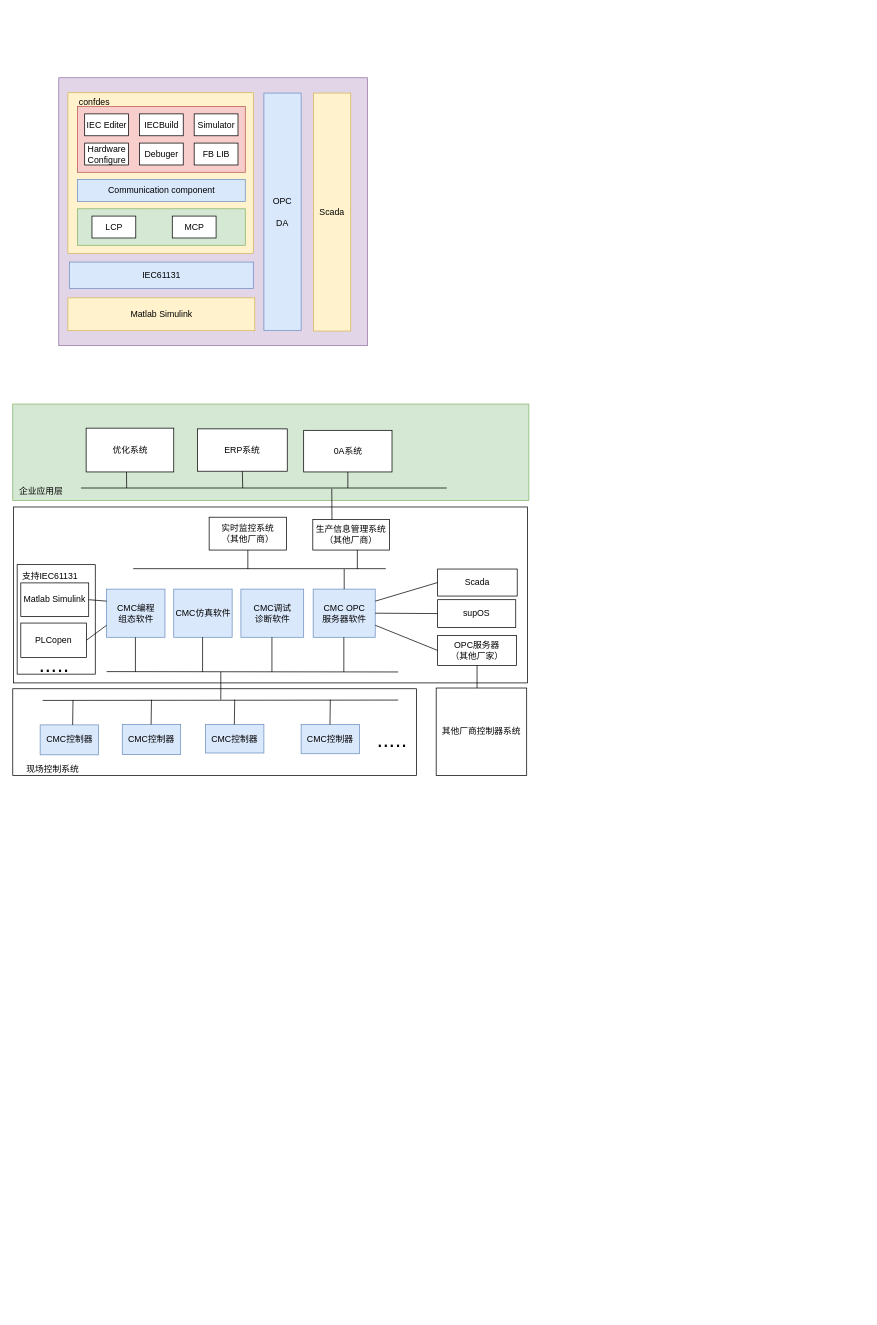
Earlier version of the draw.io diagram CMC_SOFT_FRAME.drawio (nathanningbo/general_ztf). Source tidied: cells renumbered, new cells numbered last; positions are measured from the earlier drawing's top-left corner, leaving out a move shared by most shapes. Both pictures are drawn from the tidied source at 73%, with x=0, y=0 at pixel (12, 77).
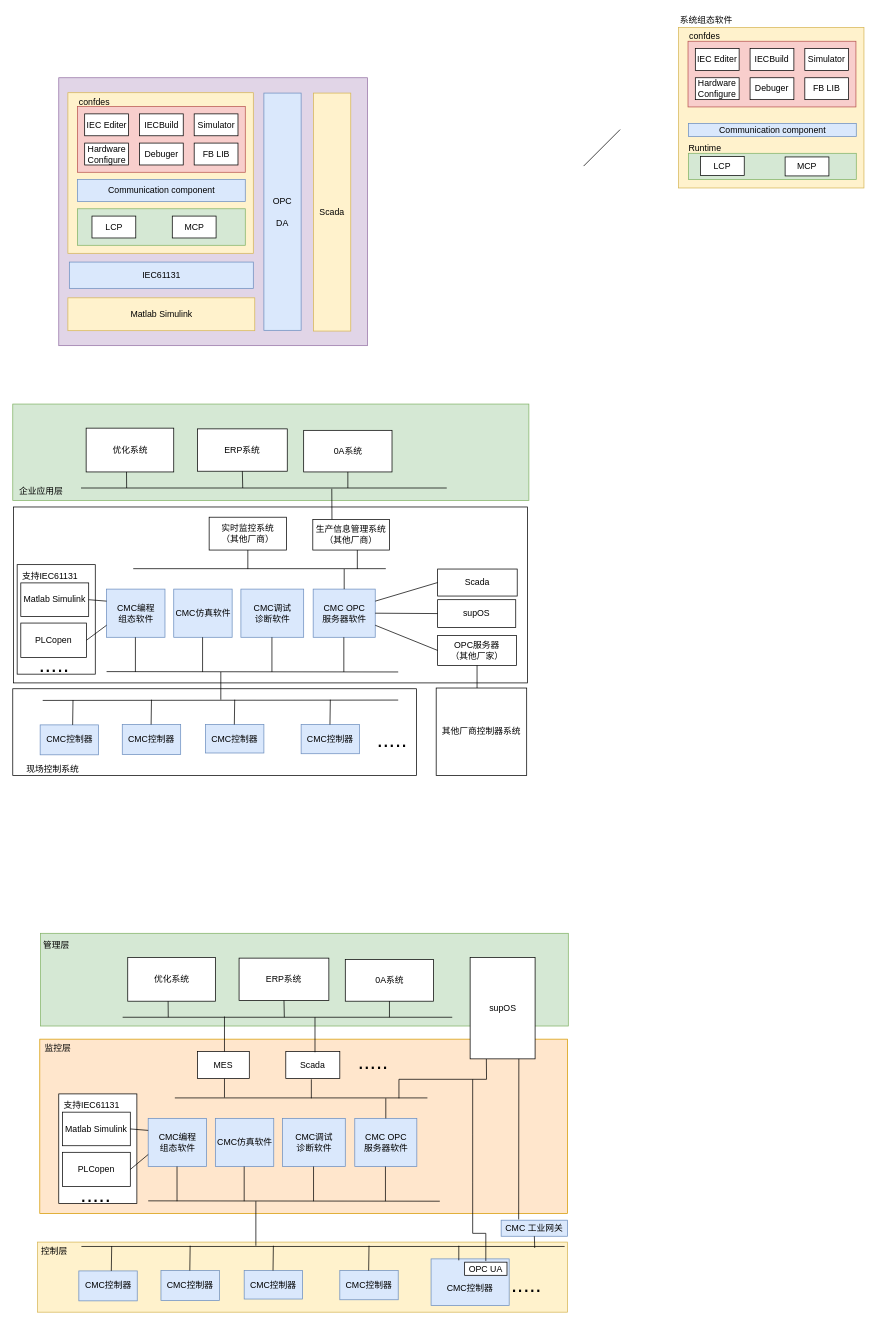
After the change.

Change to the diagram source:
```diff
@@
+    <mxCell id="74" style="rounded=0;whiteSpace=wrap;html=1;fillColor=#ffe6cc;strokeColor=#d79b00;" parent="1" vertex="1">
+      <mxGeometry x="37" y="1317" width="723" height="239" as="geometry" />
+    </mxCell>
+    <mxCell id="75" style="rounded=0;whiteSpace=wrap;html=1;" parent="1" vertex="1">
+      <mxGeometry x="63" y="1392" width="107" height="150" as="geometry" />
+    </mxCell>
+    <mxCell id="76" style="rounded=0;whiteSpace=wrap;html=1;fillColor=#d5e8d4;strokeColor=#82b366;" parent="1" vertex="1">
+      <mxGeometry x="38" y="1172" width="723" height="127" as="geometry" />
+    </mxCell>
+    <mxCell id="77" style="rounded=0;whiteSpace=wrap;html=1;fillColor=#fff2cc;strokeColor=#d6b656;" parent="1" vertex="1">
+      <mxGeometry x="34" y="1595" width="726" height="96" as="geometry" />
+    </mxCell>
+    <mxCell id="78" value="&lt;div&gt;CMC编程&lt;/div&gt;&lt;div&gt;组态软件&lt;/div&gt;" style="rounded=0;whiteSpace=wrap;html=1;fillColor=#dae8fc;strokeColor=#6c8ebf;" parent="1" vertex="1">
+      <mxGeometry x="185.5" y="1425.5" width="80" height="66" as="geometry" />
+    </mxCell>
+    <mxCell id="79" value="CMC仿真软件" style="rounded=0;whiteSpace=wrap;html=1;fillColor=#dae8fc;strokeColor=#6c8ebf;" parent="1" vertex="1">
+      <mxGeometry x="277.5" y="1425.5" width="80" height="66" as="geometry" />
+    </mxCell>
+    <mxCell id="80" value="&lt;div&gt;CMC OPC&lt;/div&gt;&lt;div&gt;服务器软件&lt;br&gt;&lt;/div&gt;" style="rounded=0;whiteSpace=wrap;html=1;fillColor=#dae8fc;strokeColor=#6c8ebf;" parent="1" vertex="1">
+      <mxGeometry x="468.5" y="1425.5" width="85" height="66" as="geometry" />
+    </mxCell>
+    <mxCell id="81" value="&lt;div&gt;CMC调试&lt;/div&gt;&lt;div&gt;诊断软件&lt;/div&gt;" style="rounded=0;whiteSpace=wrap;html=1;fillColor=#dae8fc;strokeColor=#6c8ebf;" parent="1" vertex="1">
+      <mxGeometry x="369.5" y="1425.5" width="86" height="66" as="geometry" />
+    </mxCell>
+    <mxCell id="82" style="endArrow=none;html=1;" parent="1" edge="1">
+      <mxGeometry relative="1" as="geometry">
+        <mxPoint x="222" y="1397.5" as="sourcePoint" />
+        <mxPoint x="568" y="1397.5" as="targetPoint" />
+      </mxGeometry>
+    </mxCell>
+    <mxCell id="83" style="endArrow=none;html=1;exitX=0.5;exitY=0;exitDx=0;exitDy=0;" parent="1" edge="1" source="80">
+      <mxGeometry relative="1" as="geometry">
+        <mxPoint x="511" y="1398" as="targetPoint" />
+      </mxGeometry>
+    </mxCell>
+    <mxCell id="84" style="endArrow=none;html=1;entryX=0.5;entryY=1;entryDx=0;entryDy=0;" parent="1" edge="1">
+      <mxGeometry relative="1" as="geometry">
+        <mxPoint x="409" y="1398" as="sourcePoint" />
+        <mxPoint x="409" y="1372" as="targetPoint" />
+      </mxGeometry>
+    </mxCell>
+    <mxCell id="85" style="endArrow=none;html=1;entryX=0.25;entryY=1;entryDx=0;entryDy=0;rounded=0;" parent="1" edge="1" target="92">
+      <mxGeometry relative="1" as="geometry">
+        <mxPoint x="529" y="1398" as="sourcePoint" />
+        <Array as="points">
+          <mxPoint x="529" y="1372" />
+          <mxPoint x="649" y="1372" />
+        </Array>
+      </mxGeometry>
+    </mxCell>
+    <mxCell id="86" value="Scada" style="rounded=0;whiteSpace=wrap;html=1;" parent="1" vertex="1">
+      <mxGeometry x="374" y="1334" width="74" height="37" as="geometry" />
+    </mxCell>
+    <mxCell id="87" style="endArrow=none;html=1;" parent="1" edge="1">
+      <mxGeometry relative="1" as="geometry">
+        <mxPoint x="185.5" y="1538.5" as="sourcePoint" />
+        <mxPoint x="585" y="1539" as="targetPoint" />
+      </mxGeometry>
+    </mxCell>
+    <mxCell id="88" style="endArrow=none;html=1;exitX=0.5;exitY=0;exitDx=0;exitDy=0;" parent="1" edge="1">
+      <mxGeometry relative="1" as="geometry">
+        <mxPoint x="225" y="1539" as="sourcePoint" />
+        <mxPoint x="225" y="1491.5" as="targetPoint" />
+      </mxGeometry>
+    </mxCell>
+    <mxCell id="89" style="endArrow=none;html=1;exitX=0.5;exitY=0;exitDx=0;exitDy=0;" parent="1" edge="1">
+      <mxGeometry relative="1" as="geometry">
+        <mxPoint x="317" y="1539" as="sourcePoint" />
+        <mxPoint x="317" y="1491.5" as="targetPoint" />
+      </mxGeometry>
+    </mxCell>
+    <mxCell id="90" style="endArrow=none;html=1;exitX=0.5;exitY=0;exitDx=0;exitDy=0;" parent="1" edge="1">
+      <mxGeometry relative="1" as="geometry">
+        <mxPoint x="412" y="1539" as="sourcePoint" />
+        <mxPoint x="412" y="1491.5" as="targetPoint" />
+      </mxGeometry>
+    </mxCell>
+    <mxCell id="91" style="endArrow=none;html=1;exitX=0.5;exitY=0;exitDx=0;exitDy=0;" parent="1" edge="1">
+      <mxGeometry relative="1" as="geometry">
+        <mxPoint x="510.5" y="1539" as="sourcePoint" />
+        <mxPoint x="510.5" y="1491.5" as="targetPoint" />
+      </mxGeometry>
+    </mxCell>
+    <mxCell id="92" value="supOS" style="rounded=0;whiteSpace=wrap;html=1;" parent="1" vertex="1">
+      <mxGeometry x="626.5" y="1205" width="89" height="139" as="geometry" />
+    </mxCell>
+    <mxCell id="93" value="CMC控制器" style="rounded=0;whiteSpace=wrap;html=1;fillColor=#dae8fc;strokeColor=#6c8ebf;" parent="1" vertex="1">
+      <mxGeometry x="203" y="1634" width="80" height="41" as="geometry" />
+    </mxCell>
+    <mxCell id="94" value="CMC控制器" style="rounded=0;whiteSpace=wrap;html=1;fillColor=#dae8fc;strokeColor=#6c8ebf;" parent="1" vertex="1">
+      <mxGeometry x="317" y="1634" width="80" height="39" as="geometry" />
+    </mxCell>
+    <mxCell id="95" value="CMC控制器" style="rounded=0;whiteSpace=wrap;html=1;fillColor=#dae8fc;strokeColor=#6c8ebf;" parent="1" vertex="1">
+      <mxGeometry x="448" y="1634" width="80" height="40" as="geometry" />
+    </mxCell>
+    <mxCell id="96" style="endArrow=none;html=1;" parent="1" edge="1">
+      <mxGeometry relative="1" as="geometry">
+        <mxPoint x="94" y="1601" as="sourcePoint" />
+        <mxPoint x="756" y="1601" as="targetPoint" />
+      </mxGeometry>
+    </mxCell>
+    <mxCell id="97" style="endArrow=none;html=1;exitX=0.5;exitY=0;exitDx=0;exitDy=0;" parent="1" edge="1">
+      <mxGeometry relative="1" as="geometry">
+        <mxPoint x="242.5" y="1634" as="sourcePoint" />
+        <mxPoint x="243" y="1600" as="targetPoint" />
+      </mxGeometry>
+    </mxCell>
+    <mxCell id="98" style="endArrow=none;html=1;exitX=0.5;exitY=0;exitDx=0;exitDy=0;" parent="1" edge="1">
+      <mxGeometry relative="1" as="geometry">
+        <mxPoint x="356.5" y="1634" as="sourcePoint" />
+        <mxPoint x="357" y="1600" as="targetPoint" />
+      </mxGeometry>
+    </mxCell>
+    <mxCell id="99" style="endArrow=none;html=1;exitX=0.5;exitY=0;exitDx=0;exitDy=0;" parent="1" edge="1">
+      <mxGeometry relative="1" as="geometry">
+        <mxPoint x="487.5" y="1634" as="sourcePoint" />
+        <mxPoint x="488" y="1600" as="targetPoint" />
+      </mxGeometry>
+    </mxCell>
+    <mxCell id="100" value="&lt;font style=&quot;font-size: 30px&quot;&gt;.....&lt;/font&gt;" style="text;html=1;align=left;verticalAlign=top;spacingTop=-4;" parent="1" vertex="1">
+      <mxGeometry x="681" y="1632.5" width="52" height="21" as="geometry" />
+    </mxCell>
+    <mxCell id="101" value="控制层" style="text;html=1;align=left;verticalAlign=top;spacingTop=-4;" parent="1" vertex="1">
+      <mxGeometry x="36.5" y="1597.5" width="46" height="14" as="geometry" />
+    </mxCell>
+    <mxCell id="102" value="Matlab Simulink" style="rounded=0;whiteSpace=wrap;html=1;" parent="1" vertex="1">
+      <mxGeometry x="68" y="1417" width="93" height="46" as="geometry" />
+    </mxCell>
+    <mxCell id="103" value="PLCopen" style="rounded=0;whiteSpace=wrap;html=1;" parent="1" vertex="1">
+      <mxGeometry x="68" y="1472" width="93" height="47" as="geometry" />
+    </mxCell>
+    <mxCell id="104" value="CMC控制器" style="rounded=0;whiteSpace=wrap;html=1;fillColor=#dae8fc;strokeColor=#6c8ebf;" parent="1" vertex="1">
+      <mxGeometry x="90.5" y="1634.5" width="80" height="41" as="geometry" />
+    </mxCell>
+    <mxCell id="105" style="endArrow=none;html=1;exitX=0.5;exitY=0;exitDx=0;exitDy=0;" parent="1" edge="1">
+      <mxGeometry relative="1" as="geometry">
+        <mxPoint x="135" y="1634.5" as="sourcePoint" />
+        <mxPoint x="135.5" y="1600.5" as="targetPoint" />
+      </mxGeometry>
+    </mxCell>
+    <mxCell id="106" style="endArrow=none;html=1;entryX=0;entryY=0.25;entryDx=0;entryDy=0;exitX=1;exitY=0.5;exitDx=0;exitDy=0;" parent="1" edge="1" source="102" target="78">
+      <mxGeometry relative="1" as="geometry" />
+    </mxCell>
+    <mxCell id="107" style="endArrow=none;html=1;entryX=0;entryY=0.75;entryDx=0;entryDy=0;exitX=1;exitY=0.5;exitDx=0;exitDy=0;" parent="1" edge="1" source="103" target="78">
+      <mxGeometry relative="1" as="geometry" />
+    </mxCell>
+    <mxCell id="108" value="&lt;font style=&quot;font-size: 30px&quot;&gt;.....&lt;/font&gt;" style="text;html=1;align=left;verticalAlign=top;spacingTop=-4;" parent="1" vertex="1">
+      <mxGeometry x="90.5" y="1508.5" width="52" height="21" as="geometry" />
+    </mxCell>
+    <mxCell id="109" value="0A系统" style="rounded=0;whiteSpace=wrap;html=1;" parent="1" vertex="1">
+      <mxGeometry x="455.5" y="1208" width="121" height="57" as="geometry" />
+    </mxCell>
+    <mxCell id="110" value="ERP系统" style="rounded=0;whiteSpace=wrap;html=1;" parent="1" vertex="1">
+      <mxGeometry x="310" y="1206" width="123" height="58" as="geometry" />
+    </mxCell>
+    <mxCell id="111" value="优化系统" style="rounded=0;whiteSpace=wrap;html=1;" parent="1" vertex="1">
+      <mxGeometry x="157.5" y="1205" width="120" height="60" as="geometry" />
+    </mxCell>
+    <mxCell id="112" style="endArrow=none;html=1;entryX=0.5;entryY=1;entryDx=0;entryDy=0;" parent="1" edge="1" target="110">
+      <mxGeometry relative="1" as="geometry">
+        <mxPoint x="372" y="1287" as="sourcePoint" />
+      </mxGeometry>
+    </mxCell>
+    <mxCell id="113" style="endArrow=none;html=1;" parent="1" edge="1">
+      <mxGeometry relative="1" as="geometry">
+        <mxPoint x="150.5" y="1287" as="sourcePoint" />
+        <mxPoint x="602" y="1287" as="targetPoint" />
+      </mxGeometry>
+    </mxCell>
+    <mxCell id="114" style="endArrow=none;html=1;" parent="1" edge="1" target="109">
+      <mxGeometry relative="1" as="geometry">
+        <mxPoint x="516" y="1287" as="sourcePoint" />
+      </mxGeometry>
+    </mxCell>
+    <mxCell id="115" style="endArrow=none;html=1;" parent="1" edge="1">
+      <mxGeometry relative="1" as="geometry">
+        <mxPoint x="213" y="1287" as="sourcePoint" />
+        <mxPoint x="212.8" y="1265" as="targetPoint" />
+      </mxGeometry>
+    </mxCell>
+    <mxCell id="116" value="管理层" style="text;html=1;align=left;verticalAlign=top;spacingTop=-4;" parent="1" vertex="1">
+      <mxGeometry x="40" y="1178.5" width="46" height="14" as="geometry" />
+    </mxCell>
+    <mxCell id="117" value="支持IEC61131" style="text;html=1;align=left;verticalAlign=top;spacingTop=-4;" parent="1" vertex="1">
+      <mxGeometry x="68" y="1398" width="88" height="14" as="geometry" />
+    </mxCell>
+    <mxCell id="118" value="&lt;font style=&quot;font-size: 30px&quot;&gt;.....&lt;/font&gt;" style="text;html=1;align=left;verticalAlign=top;spacingTop=-4;" parent="1" vertex="1">
+      <mxGeometry x="470.5" y="1327" width="52" height="21" as="geometry" />
+    </mxCell>
+    <mxCell id="119" value="&lt;br&gt;&lt;div&gt;CMC控制器&lt;/div&gt;" style="rounded=0;whiteSpace=wrap;html=1;fillColor=#dae8fc;strokeColor=#6c8ebf;" parent="1" vertex="1">
+      <mxGeometry x="573" y="1618" width="107" height="64" as="geometry" />
+    </mxCell>
+    <mxCell id="120" style="endArrow=none;html=1;" parent="1" edge="1">
+      <mxGeometry relative="1" as="geometry">
+        <mxPoint x="611" y="1620" as="sourcePoint" />
+        <mxPoint x="611" y="1600" as="targetPoint" />
+      </mxGeometry>
+    </mxCell>
+    <mxCell id="121" style="endArrow=none;html=1;" parent="1" edge="1">
+      <mxGeometry relative="1" as="geometry">
+        <mxPoint x="333" y="1600" as="sourcePoint" />
+        <mxPoint x="333" y="1539" as="targetPoint" />
+      </mxGeometry>
+    </mxCell>
+    <mxCell id="122" style="rounded=0;whiteSpace=wrap;html=1;fillColor=#fff2cc;strokeColor=#d6b656;" parent="1" vertex="1">
+      <mxGeometry x="912" y="-69" width="254" height="220" as="geometry" />
+    </mxCell>
+    <mxCell id="123" style="rounded=0;whiteSpace=wrap;html=1;fillColor=#f8cecc;strokeColor=#b85450;" parent="1" vertex="1">
+      <mxGeometry x="925" y="-50" width="230" height="90" as="geometry" />
+    </mxCell>
+    <mxCell id="124" value="IEC Editer" style="rounded=0;whiteSpace=wrap;html=1;" parent="1" vertex="1">
+      <mxGeometry x="935" y="-40" width="60" height="30" as="geometry" />
+    </mxCell>
+    <mxCell id="125" value="IECBuild" style="rounded=0;whiteSpace=wrap;html=1;" parent="1" vertex="1">
+      <mxGeometry x="1010" y="-40" width="60" height="30" as="geometry" />
+    </mxCell>
+    <mxCell id="126" value="Debuger" style="rounded=0;whiteSpace=wrap;html=1;" parent="1" vertex="1">
+      <mxGeometry x="1010" width="60" height="30" as="geometry" />
+    </mxCell>
+    <mxCell id="127" value="confdes" style="text;html=1;align=left;verticalAlign=top;spacingTop=-4;" parent="1" vertex="1">
+      <mxGeometry x="925" y="-66" width="60" height="20" as="geometry" />
+    </mxCell>
+    <mxCell id="128" value="Simulator" style="rounded=0;whiteSpace=wrap;html=1;" parent="1" vertex="1">
+      <mxGeometry x="1085" y="-40" width="60" height="30" as="geometry" />
+    </mxCell>
+    <mxCell id="129" value="&lt;div&gt;Hardware&lt;/div&gt;&lt;div&gt;&lt;span id=&quot;w_520&quot; class=&quot;high-light-bg&quot;&gt;Configure&lt;/span&gt;&lt;/div&gt;" style="rounded=0;whiteSpace=wrap;html=1;" parent="1" vertex="1">
+      <mxGeometry x="935" width="60" height="30" as="geometry" />
+    </mxCell>
+    <mxCell id="130" value="FB LIB" style="rounded=0;whiteSpace=wrap;html=1;" parent="1" vertex="1">
+      <mxGeometry x="1085" width="60" height="30" as="geometry" />
+    </mxCell>
+    <mxCell id="131" value="Communication component" style="rounded=0;whiteSpace=wrap;html=1;fillColor=#dae8fc;strokeColor=#6c8ebf;" parent="1" vertex="1">
+      <mxGeometry x="925.5" y="62.5" width="230" height="18" as="geometry" />
+    </mxCell>
+    <mxCell id="132" style="rounded=0;whiteSpace=wrap;html=1;fillColor=#d5e8d4;strokeColor=#82b366;" parent="1" vertex="1">
+      <mxGeometry x="925.5" y="103.5" width="230" height="36" as="geometry" />
+    </mxCell>
+    <mxCell id="133" value="LCP" style="rounded=0;whiteSpace=wrap;html=1;" parent="1" vertex="1">
+      <mxGeometry x="942" y="108" width="60" height="26" as="geometry" />
+    </mxCell>
+    <mxCell id="134" value="MCP" style="rounded=0;whiteSpace=wrap;html=1;" parent="1" vertex="1">
+      <mxGeometry x="1058" y="108.5" width="60" height="26" as="geometry" />
+    </mxCell>
+    <mxCell id="135" style="endArrow=none;html=1;" parent="1" edge="1">
+      <mxGeometry relative="1" as="geometry">
+        <mxPoint x="782" y="121" as="sourcePoint" />
+        <mxPoint x="832" y="71" as="targetPoint" />
+      </mxGeometry>
+    </mxCell>
+    <mxCell id="136" value="Runtime" style="text;html=1;align=left;verticalAlign=top;spacingTop=-4;" parent="1" vertex="1">
+      <mxGeometry x="924" y="87" width="57" height="14" as="geometry" />
+    </mxCell>
+    <mxCell id="137" value="系统组态软件" style="text;html=1;align=left;verticalAlign=top;spacingTop=-4;" parent="1" vertex="1">
+      <mxGeometry x="912" y="-89" width="82" height="14" as="geometry" />
+    </mxCell>
+    <mxCell id="138" value="监控层" style="text;html=1;align=left;verticalAlign=top;spacingTop=-4;" parent="1" vertex="1">
+      <mxGeometry x="41.5" y="1320" width="46" height="14" as="geometry" />
+    </mxCell>
+    <mxCell id="139" value="&lt;div&gt;CMC 工业网关&lt;br&gt;&lt;/div&gt;" style="rounded=0;whiteSpace=wrap;html=1;fillColor=#dae8fc;strokeColor=#6c8ebf;" parent="1" vertex="1">
+      <mxGeometry x="669" y="1565" width="91" height="22" as="geometry" />
+    </mxCell>
+    <mxCell id="140" style="endArrow=none;html=1;entryX=0.5;entryY=1;entryDx=0;entryDy=0;" parent="1" edge="1" target="139">
+      <mxGeometry relative="1" as="geometry">
+        <mxPoint x="715" y="1603" as="sourcePoint" />
+      </mxGeometry>
+    </mxCell>
+    <mxCell id="141" value="MES" style="rounded=0;whiteSpace=wrap;html=1;" parent="1" vertex="1">
+      <mxGeometry x="253" y="1334" width="71" height="37" as="geometry" />
+    </mxCell>
+    <mxCell id="142" style="endArrow=none;html=1;entryX=0.5;entryY=1;entryDx=0;entryDy=0;" parent="1" edge="1">
+      <mxGeometry relative="1" as="geometry">
+        <mxPoint x="290" y="1397" as="sourcePoint" />
+        <mxPoint x="290" y="1371" as="targetPoint" />
+      </mxGeometry>
+    </mxCell>
+    <mxCell id="143" style="endArrow=none;html=1;" parent="1" edge="1">
+      <mxGeometry relative="1" as="geometry">
+        <mxPoint x="290" y="1334" as="sourcePoint" />
+        <mxPoint x="290" y="1286" as="targetPoint" />
+      </mxGeometry>
+    </mxCell>
+    <mxCell id="144" style="endArrow=none;html=1;" parent="1" edge="1">
+      <mxGeometry relative="1" as="geometry">
+        <mxPoint x="414" y="1335" as="sourcePoint" />
+        <mxPoint x="414" y="1287" as="targetPoint" />
+      </mxGeometry>
+    </mxCell>
+    <mxCell id="145" style="endArrow=none;html=1;entryX=0.75;entryY=1;entryDx=0;entryDy=0;" parent="1" edge="1" target="92">
+      <mxGeometry relative="1" as="geometry">
+        <mxPoint x="693" y="1564" as="sourcePoint" />
+      </mxGeometry>
+    </mxCell>
+    <mxCell id="146" value="OPC UA" style="rounded=0;whiteSpace=wrap;html=1;" parent="1" vertex="1">
+      <mxGeometry x="619" y="1622.5" width="58" height="18" as="geometry" />
+    </mxCell>
+    <mxCell id="147" style="endArrow=none;html=1;rounded=0;" parent="1" edge="1">
+      <mxGeometry relative="1" as="geometry">
+        <mxPoint x="630" y="1372" as="sourcePoint" />
+        <mxPoint x="648" y="1621" as="targetPoint" />
+        <Array as="points">
+          <mxPoint x="630" y="1447" />
+          <mxPoint x="630" y="1514" />
+          <mxPoint x="630" y="1583" />
+          <mxPoint x="648" y="1583" />
+        </Array>
+      </mxGeometry>
+    </mxCell>
```
